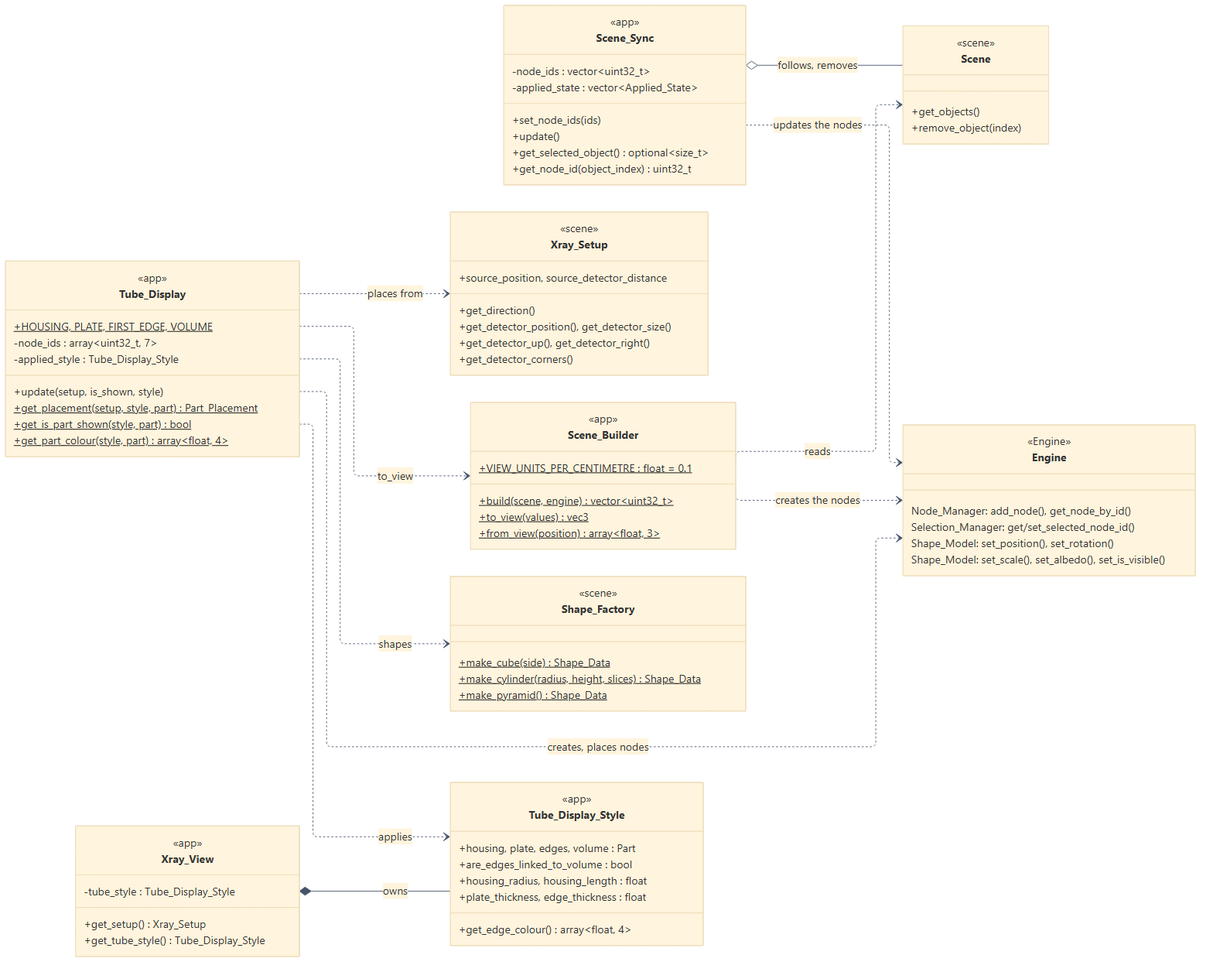
The Mermaid diagram docs/diagrams/uml/scene_views.png in emartg/xray-sim, before a commit. Its source is kept beside it as docs/diagrams/uml/scene_views.mmd.
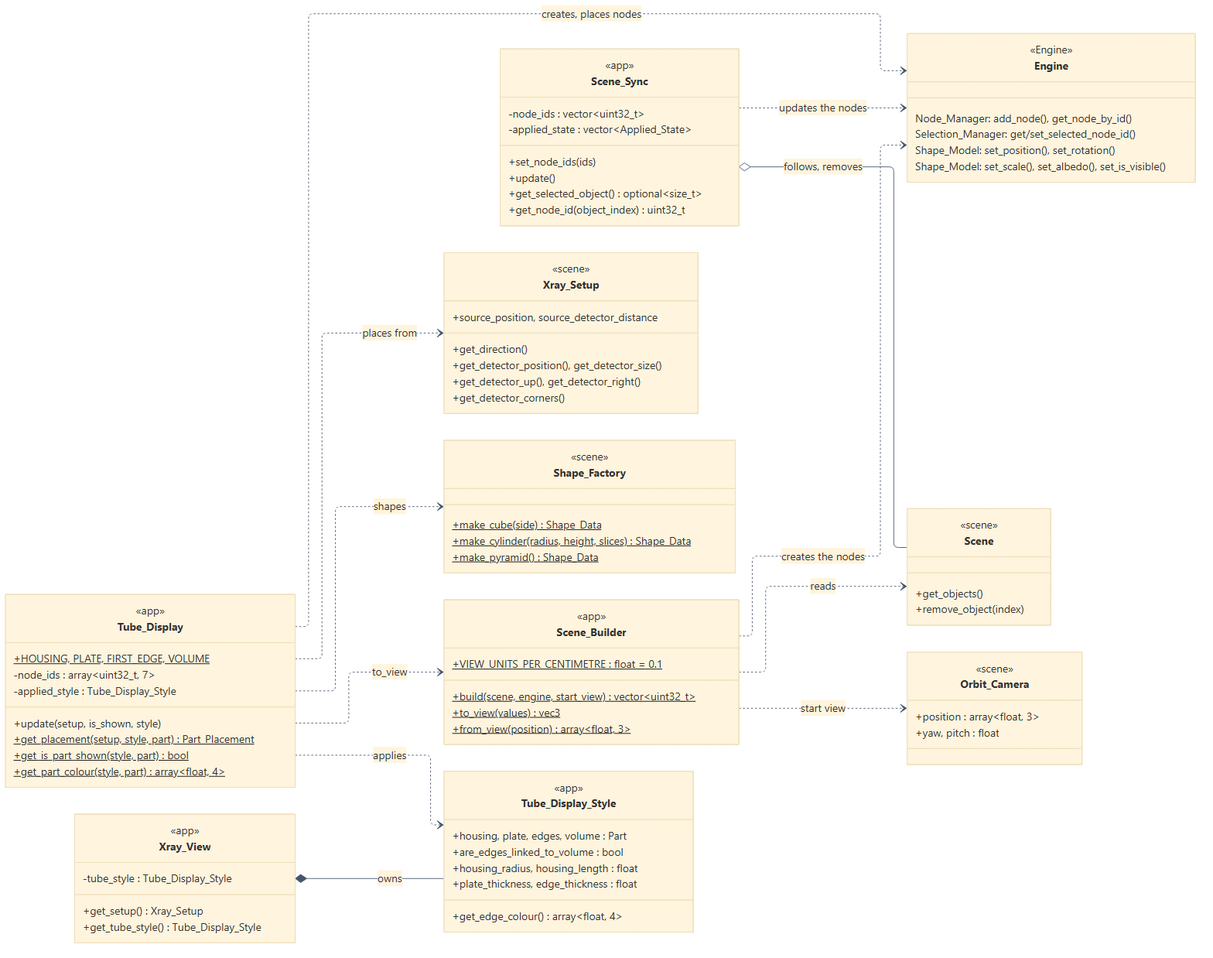
Above is the later version.

Diff of the diagram source:
```diff
@@ -15,7 +15,7 @@
     class Scene_Builder {
         <<app>>
         +VIEW_UNITS_PER_CENTIMETRE : float = 0.1$
-        +build(scene, engine)$ vector~uint32_t~
+        +build(scene, engine, start_view)$ vector~uint32_t~
         +to_view(values)$ vec3
         +from_view(position)$ array~float, 3~
     }
@@ -71,6 +71,11 @@
         +make_cylinder(radius, height, slices)$ Shape_Data
         +make_pyramid()$ Shape_Data
     }
+    class Orbit_Camera {
+        <<scene>>
+        +position : array~float, 3~
+        +yaw, pitch : float
+    }
     class Engine {
         <<Engine>>
         Node_Manager: add_node(), get_node_by_id()
@@ -80,6 +85,7 @@
     }
 
     Scene_Builder ..> Scene : reads
+    Scene_Builder ..> Orbit_Camera : start view
     Scene_Builder ..> Engine : creates the nodes
     Scene_Sync o-- Scene : follows, removes
     Scene_Sync ..> Engine : updates the nodes
```
